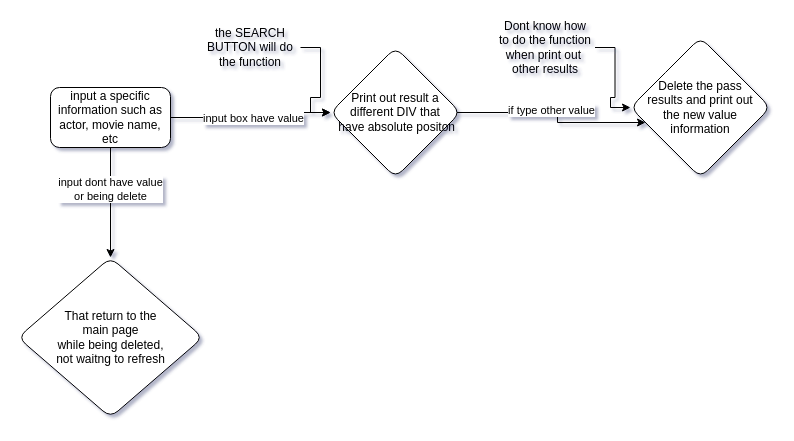
Tritintruong114/Basic-Portfolio keeps this draw.io diagram as Biểu đồ không có tiêu đề.drawio. Above is the earlier version. Source tidied: cells renumbered, new cells numbered last; positions are measured from the earlier drawing's top-left corner, leaving out a move shared by most shapes. Both pictures are drawn from the tidied source at 100%, with x=0, y=0 at pixel (18, 17).
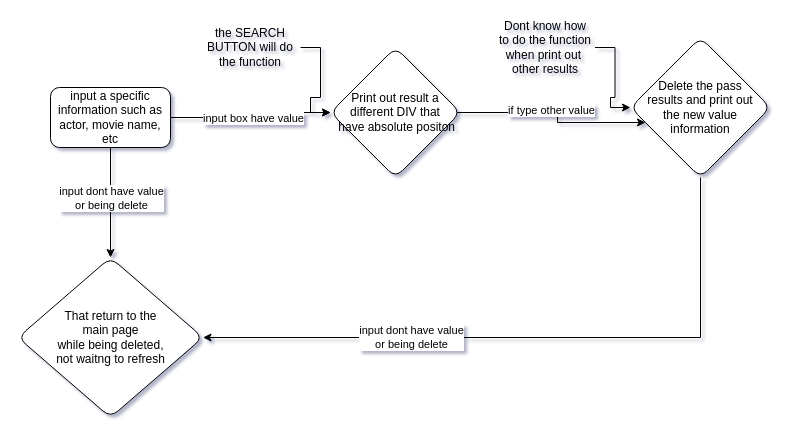
The same page after the edit.

Commit message:
Cập nhật Biểu đồ không có tiêu đề.drawio

The change refers to these unchanged cells:
```xml
<mxCell id="4" style="edgeStyle=orthogonalEdgeStyle;rounded=0;jettySize=auto;html=1;" parent="1" edge="1" source="6" target="10">
  <mxGeometry relative="1" as="geometry">
    <Array as="points">
      <mxPoint x="92" y="170" />
      <mxPoint x="92" y="170" />
    </Array>
  </mxGeometry>
</mxCell>
<mxCell id="10" value="That return to the&lt;br&gt;main page&lt;br&gt;while being deleted,&lt;br&gt;not waitng to refresh" style="rhombus;whiteSpace=wrap;html=1;rounded=1;direction=south;" parent="1" vertex="1">
  <mxGeometry x="-0.5" y="240" width="185" height="160" as="geometry" />
</mxCell>
<mxCell id="11" value="Delete the pass&lt;br&gt;results and print out&lt;br&gt;the new value&lt;br&gt;information" style="rhombus;whiteSpace=wrap;html=1;rounded=1;" parent="1" vertex="1">
  <mxGeometry x="612" y="20" width="140" height="140" as="geometry" />
</mxCell>
```

What changed in the source:
```diff
@@
     <mxCell id="5" value="input dont have value&lt;br&gt;or being delete" style="edgeLabel;html=1;align=center;verticalAlign=middle;" parent="4" vertex="1">
-      <mxGeometry x="-0.25" y="-1" relative="1" as="geometry" />
+      <mxGeometry x="-0.25" y="-1" relative="1" as="geometry">
+        <mxPoint x="1" y="9" as="offset" />
+      </mxGeometry>
     </mxCell>
@@
+    <mxCell id="16" style="edgeStyle=orthogonalEdgeStyle;rounded=0;jettySize=auto;html=1;entryX=0.5;entryY=0;entryDx=0;entryDy=0;" parent="1" edge="1" source="11" target="10">
+      <mxGeometry relative="1" as="geometry">
+        <Array as="points">
+          <mxPoint x="682" y="320" />
+        </Array>
+      </mxGeometry>
+    </mxCell>
+    <mxCell id="17" value="input dont have value&lt;br&gt;or being delete" style="edgeLabel;html=1;align=center;verticalAlign=middle;" parent="16" vertex="1">
+      <mxGeometry x="-0.9" y="-2" relative="1" as="geometry">
+        <mxPoint x="-288" y="126" as="offset" />
+      </mxGeometry>
+    </mxCell>
```
